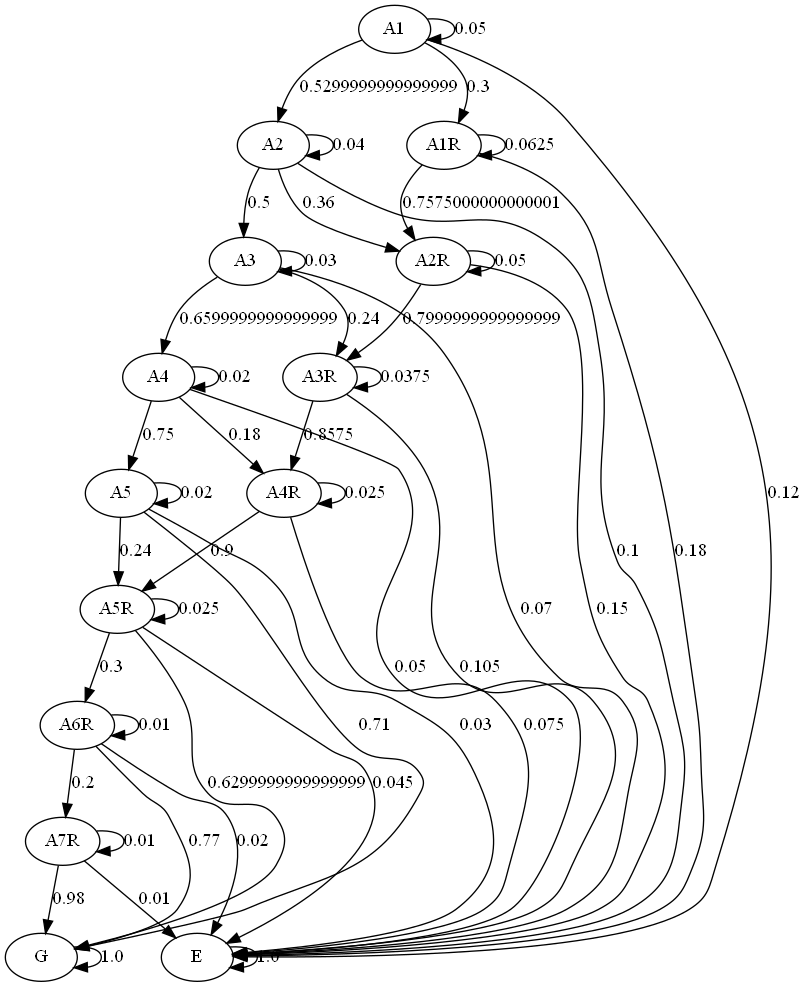
This is graph/markov.png from JulianaFerreira/educacao, a Graphviz export, as it was before one commit. Its source is kept beside it as graph/markov.dot.
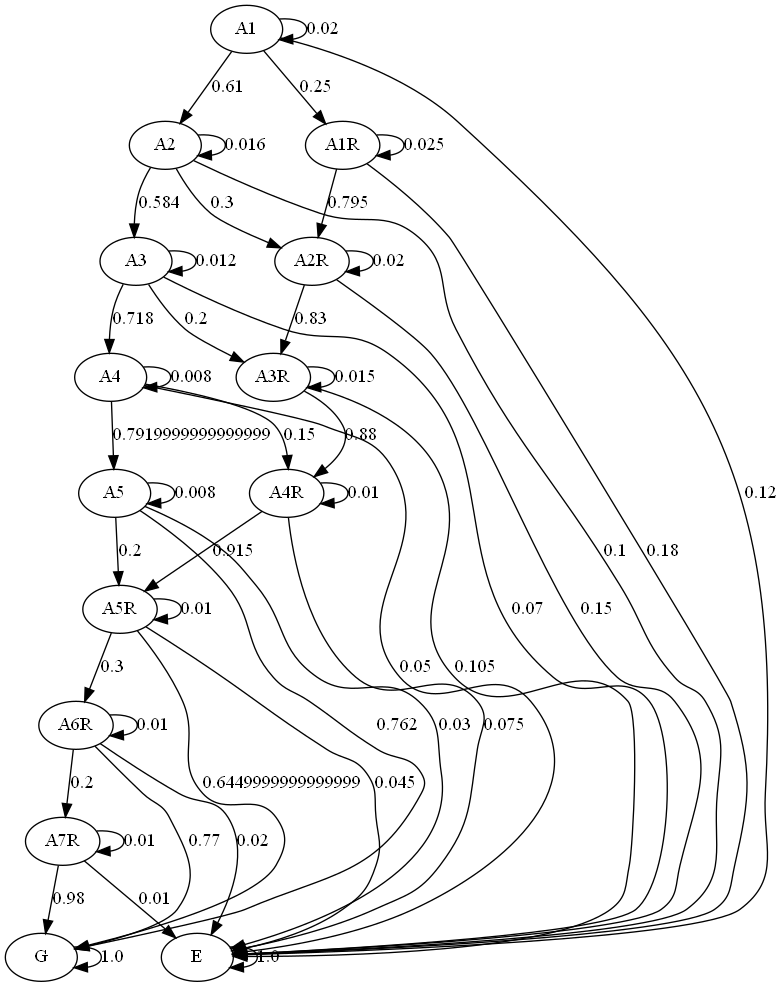
The same file after the commit.

Diff of the diagram source:
```diff
@@ -13,41 +13,41 @@
 A7R;
 G;
 E;
-A1 -> A1  [key=0, label="0.05", weight="0.05"];
-A1 -> A2  [key=0, label="0.5299999999999999", weight="0.5299999999999999"];
-A1 -> A1R  [key=0, label="0.3", weight="0.3"];
+A1 -> A1  [key=0, label="0.02", weight="0.02"];
+A1 -> A2  [key=0, label="0.61", weight="0.61"];
+A1 -> A1R  [key=0, label="0.25", weight="0.25"];
 A1 -> E  [key=0, label="0.12", weight="0.12"];
-A2 -> A2  [key=0, label="0.04", weight="0.04"];
-A2 -> A3  [key=0, label="0.5", weight="0.5"];
-A2 -> A2R  [key=0, label="0.36", weight="0.36"];
+A2 -> A2  [key=0, label="0.016", weight="0.016"];
+A2 -> A3  [key=0, label="0.584", weight="0.584"];
+A2 -> A2R  [key=0, label="0.3", weight="0.3"];
 A2 -> E  [key=0, label="0.1", weight="0.1"];
-A3 -> A3  [key=0, label="0.03", weight="0.03"];
-A3 -> A4  [key=0, label="0.6599999999999999", weight="0.6599999999999999"];
-A3 -> A3R  [key=0, label="0.24", weight="0.24"];
+A3 -> A3  [key=0, label="0.012", weight="0.012"];
+A3 -> A4  [key=0, label="0.718", weight="0.718"];
+A3 -> A3R  [key=0, label="0.2", weight="0.2"];
 A3 -> E  [key=0, label="0.07", weight="0.07"];
-A4 -> A4  [key=0, label="0.02", weight="0.02"];
-A4 -> A5  [key=0, label="0.75", weight="0.75"];
-A4 -> A4R  [key=0, label="0.18", weight="0.18"];
+A4 -> A4  [key=0, label="0.008", weight="0.008"];
+A4 -> A5  [key=0, label="0.7919999999999999", weight="0.7919999999999999"];
+A4 -> A4R  [key=0, label="0.15", weight="0.15"];
 A4 -> E  [key=0, label="0.05", weight="0.05"];
-A5 -> A5  [key=0, label="0.02", weight="0.02"];
-A5 -> A5R  [key=0, label="0.24", weight="0.24"];
-A5 -> G  [key=0, label="0.71", weight="0.71"];
+A5 -> A5  [key=0, label="0.008", weight="0.008"];
+A5 -> A5R  [key=0, label="0.2", weight="0.2"];
+A5 -> G  [key=0, label="0.762", weight="0.762"];
 A5 -> E  [key=0, label="0.03", weight="0.03"];
-A1R -> A1R  [key=0, label="0.0625", weight="0.0625"];
-A1R -> A2R  [key=0, label="0.7575000000000001", weight="0.7575000000000001"];
+A1R -> A1R  [key=0, label="0.025", weight="0.025"];
+A1R -> A2R  [key=0, label="0.795", weight="0.795"];
 A1R -> E  [key=0, label="0.18", weight="0.18"];
-A2R -> A2R  [key=0, label="0.05", weight="0.05"];
-A2R -> A3R  [key=0, label="0.7999999999999999", weight="0.7999999999999999"];
+A2R -> A2R  [key=0, label="0.02", weight="0.02"];
+A2R -> A3R  [key=0, label="0.83", weight="0.83"];
 A2R -> E  [key=0, label="0.15", weight="0.15"];
-A3R -> A3R  [key=0, label="0.0375", weight="0.0375"];
-A3R -> A4R  [key=0, label="0.8575", weight="0.8575"];
+A3R -> A3R  [key=0, label="0.015", weight="0.015"];
+A3R -> A4R  [key=0, label="0.88", weight="0.88"];
 A3R -> E  [key=0, label="0.105", weight="0.105"];
-A4R -> A4R  [key=0, label="0.025", weight="0.025"];
-A4R -> A5R  [key=0, label="0.9", weight="0.9"];
+A4R -> A4R  [key=0, label="0.01", weight="0.01"];
+A4R -> A5R  [key=0, label="0.915", weight="0.915"];
 A4R -> E  [key=0, label="0.075", weight="0.075"];
-A5R -> A5R  [key=0, label="0.025", weight="0.025"];
+A5R -> A5R  [key=0, label="0.01", weight="0.01"];
 A5R -> A6R  [key=0, label="0.3", weight="0.3"];
-A5R -> G  [key=0, label="0.6299999999999999", weight="0.6299999999999999"];
+A5R -> G  [key=0, label="0.6449999999999999", weight="0.6449999999999999"];
 A5R -> E  [key=0, label="0.045", weight="0.045"];
 A6R -> A6R  [key=0, label="0.01", weight="0.01"];
 A6R -> A7R  [key=0, label="0.2", weight="0.2"];
```
